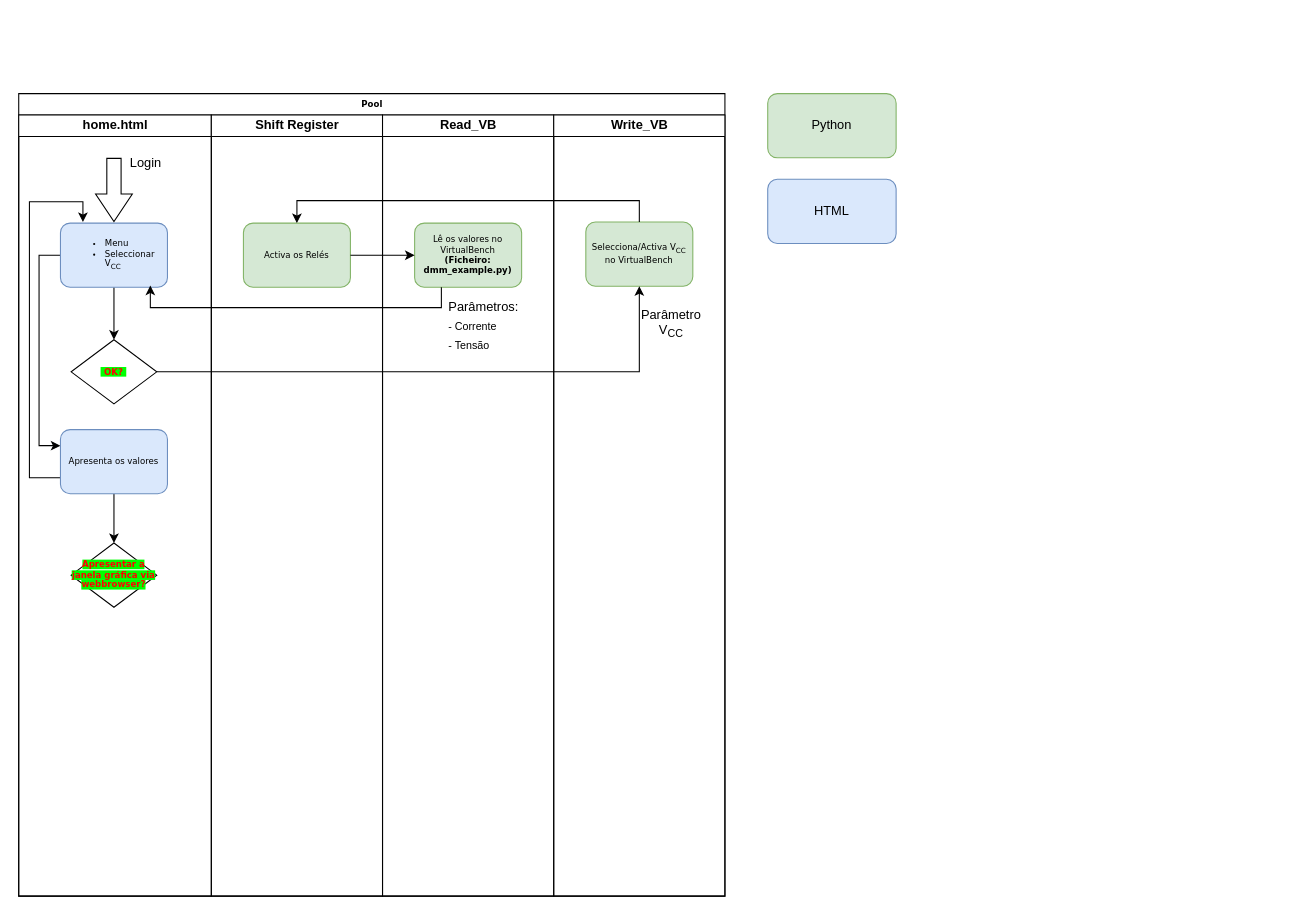
Earlier version of the draw.io diagram diagramas/Diagrama_RENOMEAR.drawio (eddygrinder/Unnamed-Thesis_PCCode). Source tidied: cells renumbered, new cells numbered last; positions are measured from the earlier drawing's top-left corner, leaving out a move shared by most shapes. Both pictures are drawn from the tidied source at 107%, with x=0, y=0 at pixel (18, 93).
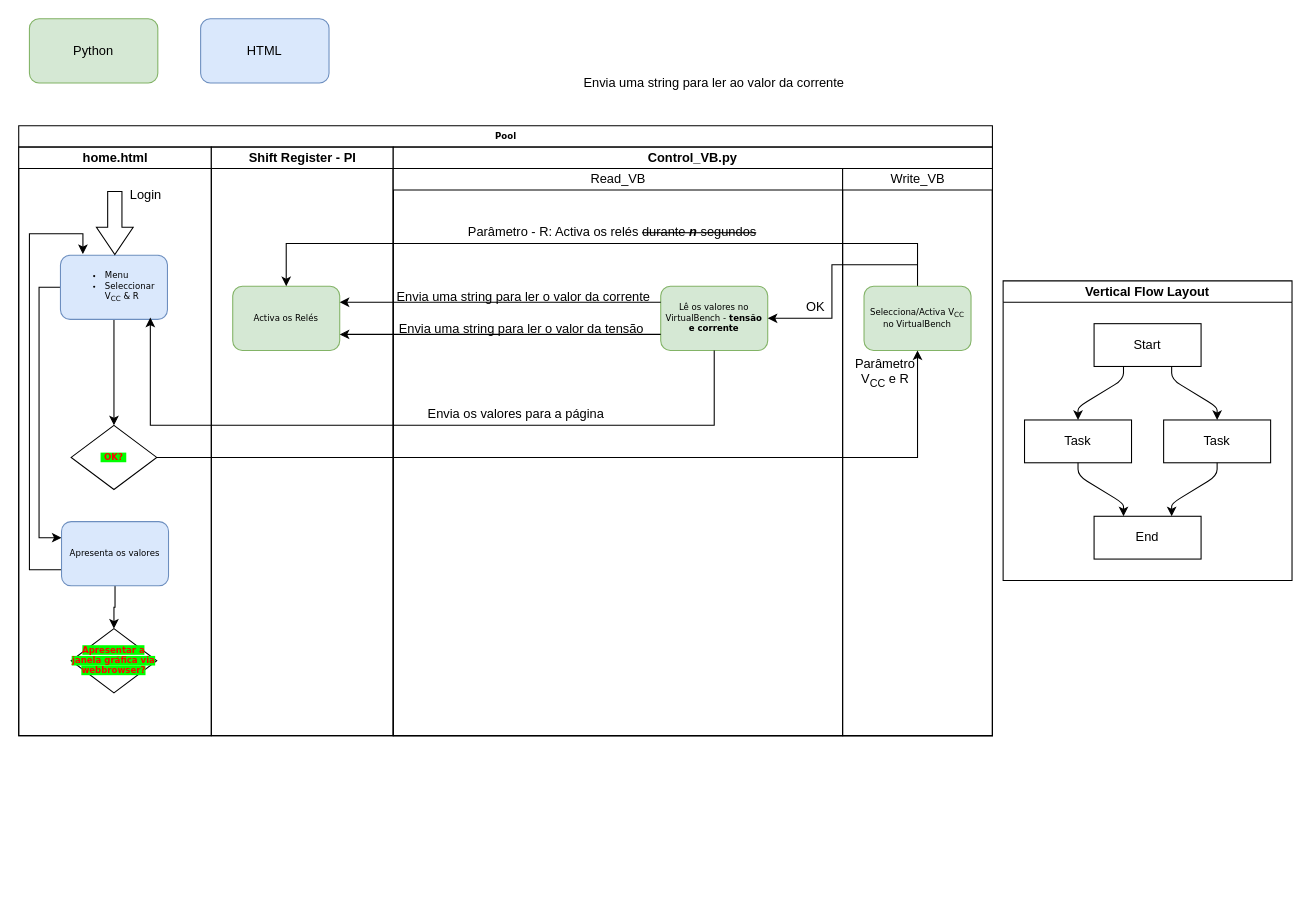
The same diagram, later.

The edit, as a diff of the source:
```diff
@@
     <mxCell id="2" value="Pool" style="swimlane;html=1;startSize=20;rounded=0;shadow=0;labelBackgroundColor=none;strokeWidth=1;fontFamily=Verdana;fontSize=8;align=center;glass=0;" parent="1" vertex="1">
-      <mxGeometry width="660" height="750" as="geometry" />
+      <mxGeometry y="30" width="910" height="570" as="geometry" />
     </mxCell>
     <mxCell id="3" value="home.html" style="swimlane;html=1;startSize=20;" parent="2" vertex="1">
-      <mxGeometry y="20" width="180" height="730" as="geometry" />
+      <mxGeometry y="20" width="180" height="550" as="geometry" />
     </mxCell>
@@
-    <mxCell id="6" value="&lt;div align=&quot;left&quot;&gt;&lt;ul&gt;&lt;li&gt;Menu&lt;/li&gt;&lt;li&gt;Seleccionar V&lt;sub&gt;CC&lt;/sub&gt;&lt;/li&gt;&lt;/ul&gt;&lt;/div&gt;" style="rounded=1;whiteSpace=wrap;html=1;shadow=0;labelBackgroundColor=none;strokeWidth=1;fontFamily=Verdana;fontSize=8;align=left;fillColor=#dae8fc;strokeColor=#6c8ebf;" parent="3" vertex="1">
+    <mxCell id="6" value="&lt;div align=&quot;left&quot;&gt;&lt;ul&gt;&lt;li&gt;Menu&lt;/li&gt;&lt;li&gt;Seleccionar V&lt;sub&gt;CC&lt;/sub&gt;&amp;nbsp;&amp;amp; R&lt;/li&gt;&lt;/ul&gt;&lt;/div&gt;" style="rounded=1;whiteSpace=wrap;html=1;shadow=0;labelBackgroundColor=none;strokeWidth=1;fontFamily=Verdana;fontSize=8;align=left;fillColor=#dae8fc;strokeColor=#6c8ebf;" parent="3" vertex="1">
       <mxGeometry x="39" y="101" width="100" height="60" as="geometry" />
     </mxCell>
     <mxCell id="7" value="&lt;font color=&quot;#ff0000&quot;&gt;&lt;span style=&quot;background-color: rgb(0, 255, 0);&quot;&gt;&lt;b&gt;&amp;nbsp;OK?&amp;nbsp; &lt;br&gt;&lt;/b&gt;&lt;/span&gt;&lt;/font&gt;" style="rhombus;whiteSpace=wrap;html=1;rounded=0;shadow=0;labelBackgroundColor=none;strokeWidth=1;fontFamily=Verdana;fontSize=8;align=center;" parent="3" vertex="1">
-      <mxGeometry x="49" y="210" width="80" height="60" as="geometry" />
+      <mxGeometry x="49" y="260" width="80" height="60" as="geometry" />
     </mxCell>
@@
     <mxCell id="9" style="edgeStyle=orthogonalEdgeStyle;rounded=0;jettySize=auto;html=1;exitX=0;exitY=0.75;exitDx=0;exitDy=0;" parent="3" edge="1" source="11">
       <mxGeometry relative="1" as="geometry">
         <mxPoint x="60" y="100" as="targetPoint" />
         <Array as="points">
-          <mxPoint x="10" y="339" />
+          <mxPoint x="10" y="395" />
           <mxPoint x="10" y="81" />
           <mxPoint x="60" y="81" />
         </Array>
       </mxGeometry>
     </mxCell>
@@
     <mxCell id="11" value="Apresenta os valores" style="rounded=1;whiteSpace=wrap;html=1;shadow=0;labelBackgroundColor=none;strokeWidth=1;fontFamily=Verdana;fontSize=8;align=center;fillColor=#dae8fc;strokeColor=#6c8ebf;" parent="3" vertex="1">
-      <mxGeometry x="39" y="294" width="100" height="60" as="geometry" />
+      <mxGeometry x="40" y="350" width="100" height="60" as="geometry" />
     </mxCell>
     <mxCell id="12" value="&lt;font color=&quot;#ff0000&quot;&gt;&lt;span style=&quot;background-color: rgb(0, 255, 0);&quot;&gt;&lt;b&gt;Apresentar a janela gráfica via webbrowser?&lt;br&gt;&lt;/b&gt;&lt;/span&gt;&lt;/font&gt;" style="rhombus;whiteSpace=wrap;html=1;rounded=0;shadow=0;labelBackgroundColor=none;strokeWidth=1;fontFamily=Verdana;fontSize=8;align=center;" parent="3" vertex="1">
-      <mxGeometry x="49" y="400" width="80" height="60" as="geometry" />
+      <mxGeometry x="49" y="450" width="80" height="60" as="geometry" />
     </mxCell>
+    <mxCell id="26" style="shape=flexArrow;endArrow=classic;html=1;rounded=0;width=13.333333333333334;endSize=8.22;" parent="3" edge="1">
+      <mxGeometry relative="1" as="geometry">
+        <mxPoint x="89.8" y="41" as="sourcePoint" />
+        <mxPoint x="89.8" y="101" as="targetPoint" />
+      </mxGeometry>
+    </mxCell>
@@
-    <mxCell id="14" value="Shift Register" style="swimlane;html=1;startSize=20;" parent="2" vertex="1">
-      <mxGeometry x="180" y="20" width="160" height="730" as="geometry" />
+    <mxCell id="14" value="Shift Register - PI" style="swimlane;html=1;startSize=20;" parent="2" vertex="1">
+      <mxGeometry x="180" y="20" width="170" height="550" as="geometry" />
     </mxCell>
     <mxCell id="15" value="Activa os Relés" style="rounded=1;whiteSpace=wrap;html=1;shadow=0;labelBackgroundColor=none;strokeWidth=1;fontFamily=Verdana;fontSize=8;align=center;fillColor=#d5e8d4;strokeColor=#82b366;" parent="14" vertex="1">
-      <mxGeometry x="30" y="101" width="100" height="60" as="geometry" />
+      <mxGeometry x="20" y="130" width="100" height="60" as="geometry" />
     </mxCell>
+    <mxCell id="29" style="edgeStyle=orthogonalEdgeStyle;rounded=0;orthogonalLoop=1;jettySize=auto;html=1;exitX=0.5;exitY=1;exitDx=0;exitDy=0;" parent="2" edge="1" source="30" target="30">
+      <mxGeometry relative="1" as="geometry" />
+    </mxCell>
+    <mxCell id="30" value="Control_VB.py" style="swimlane;whiteSpace=wrap;html=1;startSize=20;" parent="2" vertex="1">
+      <mxGeometry x="350" y="20" width="560" height="550" as="geometry" />
+    </mxCell>
-    <mxCell id="16" value="Read_VB" style="swimlane;html=1;startSize=20;" parent="2" vertex="1">
-      <mxGeometry x="340" y="20" width="160" height="730" as="geometry" />
+    <mxCell id="16" value="&lt;span style=&quot;font-weight: normal;&quot;&gt;Read_VB&lt;/span&gt;" style="swimlane;html=1;startSize=20;" parent="30" vertex="1">
+      <mxGeometry y="20" width="420" height="530" as="geometry" />
     </mxCell>
-    <mxCell id="17" value="&lt;div&gt;Lê os valores no VirtualBench&lt;/div&gt;&lt;div&gt;&lt;b&gt;(Ficheiro: dmm_example.py)&lt;/b&gt;&lt;br&gt;&lt;/div&gt;" style="rounded=1;whiteSpace=wrap;html=1;shadow=0;labelBackgroundColor=none;strokeWidth=1;fontFamily=Verdana;fontSize=8;align=center;fillColor=#d5e8d4;strokeColor=#82b366;" parent="16" vertex="1">
-      <mxGeometry x="30" y="101" width="100" height="60" as="geometry" />
+    <mxCell id="17" value="&lt;div&gt;Lê os valores no VirtualBench -&lt;b&gt; tensão e corrente&lt;/b&gt;&lt;/div&gt;" style="rounded=1;whiteSpace=wrap;html=1;shadow=0;labelBackgroundColor=none;strokeWidth=1;fontFamily=Verdana;fontSize=8;align=center;fillColor=#d5e8d4;strokeColor=#82b366;" parent="16" vertex="1">
+      <mxGeometry x="250" y="110" width="100" height="60" as="geometry" />
     </mxCell>
-    <mxCell id="18" value="Parâmetros:&lt;br&gt;&lt;div&gt;&lt;sub&gt;- Corrente&lt;/sub&gt;&lt;sub&gt;&lt;br&gt;&lt;/sub&gt;&lt;/div&gt;&lt;div&gt;&lt;sub&gt;- Tensão&lt;/sub&gt;&lt;/div&gt;&lt;br&gt;" style="text;html=1;strokeColor=none;fillColor=none;align=left;verticalAlign=middle;whiteSpace=wrap;rounded=0;" parent="16" vertex="1">
-      <mxGeometry x="60" y="189" width="60" height="30" as="geometry" />
-    </mxCell>
-    <mxCell id="19" value="Write_VB" style="swimlane;html=1;startSize=20;" parent="2" vertex="1">
-      <mxGeometry x="500" y="20" width="160" height="730" as="geometry" />
-    </mxCell>
-    <mxCell id="20" value="Selecciona/Activa V&lt;sub&gt;CC&lt;/sub&gt; no VirtualBench" style="rounded=1;whiteSpace=wrap;html=1;shadow=0;labelBackgroundColor=none;strokeWidth=1;fontFamily=Verdana;fontSize=8;align=center;fillColor=#d5e8d4;strokeColor=#82b366;glass=0;" parent="19" vertex="1">
-      <mxGeometry x="30" y="100" width="100" height="60" as="geometry" />
-    </mxCell>
-    <mxCell id="21" value="&lt;div&gt;Parâmetro&lt;br&gt;&lt;/div&gt;&lt;div&gt;V&lt;sub&gt;CC&lt;/sub&gt;&lt;/div&gt;" style="text;html=1;strokeColor=none;fillColor=none;align=center;verticalAlign=middle;whiteSpace=wrap;rounded=0;" parent="19" vertex="1">
-      <mxGeometry x="80" y="180" width="60" height="30" as="geometry" />
-    </mxCell>
-    <mxCell id="22" style="edgeStyle=orthogonalEdgeStyle;rounded=0;jettySize=auto;html=1;exitX=1;exitY=0.5;exitDx=0;exitDy=0;entryX=0.5;entryY=1;entryDx=0;entryDy=0;" parent="2" edge="1" source="7" target="20">
-      <mxGeometry relative="1" as="geometry" />
-    </mxCell>
+    <mxCell id="31" value="&lt;div&gt;Parâmetro -&amp;nbsp;&lt;span style=&quot;background-color: initial;&quot;&gt;R: Activa os relés &lt;strike&gt;durante &lt;b&gt;&lt;i&gt;n&lt;/i&gt;&lt;/b&gt; segundos&lt;/strike&gt;&lt;/span&gt;&lt;/div&gt;" style="text;html=1;strokeColor=none;fillColor=none;align=center;verticalAlign=middle;whiteSpace=wrap;rounded=0;" parent="16" vertex="1">
+      <mxGeometry x="60" y="50" width="290" height="20" as="geometry" />
+    </mxCell>
+    <mxCell id="32" value="&lt;div&gt;Envia os valores para a página&lt;/div&gt;" style="text;html=1;strokeColor=none;fillColor=none;align=center;verticalAlign=middle;whiteSpace=wrap;rounded=0;" parent="16" vertex="1">
+      <mxGeometry x="30" y="220" width="170" height="20" as="geometry" />
+    </mxCell>
+    <mxCell id="33" value="&lt;div&gt;Envia uma string para ler o valor da tensão&lt;/div&gt;" style="text;html=1;strokeColor=none;fillColor=none;align=center;verticalAlign=middle;whiteSpace=wrap;rounded=0;" parent="16" vertex="1">
+      <mxGeometry y="140" width="240" height="20" as="geometry" />
+    </mxCell>
+    <mxCell id="34" value="&lt;div&gt;OK&lt;/div&gt;" style="text;html=1;strokeColor=none;fillColor=none;align=center;verticalAlign=middle;whiteSpace=wrap;rounded=0;" parent="16" vertex="1">
+      <mxGeometry x="380" y="120" width="30" height="20" as="geometry" />
+    </mxCell>
+    <mxCell id="35" value="&lt;div&gt;Envia uma string para ler o valor da corrente&lt;/div&gt;" style="text;html=1;strokeColor=none;fillColor=none;align=center;verticalAlign=middle;whiteSpace=wrap;rounded=0;" parent="16" vertex="1">
+      <mxGeometry x="2" y="110" width="240" height="20" as="geometry" />
+    </mxCell>
+    <mxCell id="25" style="edgeStyle=orthogonalEdgeStyle;rounded=0;jettySize=auto;html=1;entryX=0.84;entryY=0.972;entryDx=0;entryDy=0;entryPerimeter=0;exitX=0.5;exitY=1;exitDx=0;exitDy=0;" parent="2" edge="1" source="17" target="6">
+      <mxGeometry relative="1" as="geometry">
+        <Array as="points">
+          <mxPoint x="650" y="280" />
+          <mxPoint x="123" y="280" />
+        </Array>
+      </mxGeometry>
+    </mxCell>
+    <mxCell id="36" style="edgeStyle=orthogonalEdgeStyle;rounded=0;jettySize=auto;html=1;entryX=0.5;entryY=0;entryDx=0;entryDy=0;" parent="2" edge="1" target="15">
+      <mxGeometry relative="1" as="geometry">
+        <mxPoint x="840" y="150" as="sourcePoint" />
+        <Array as="points">
+          <mxPoint x="840" y="110" />
+          <mxPoint x="250" y="110" />
+        </Array>
+      </mxGeometry>
+    </mxCell>
+    <mxCell id="37" style="edgeStyle=orthogonalEdgeStyle;rounded=0;jettySize=auto;html=1;exitX=0;exitY=0.75;exitDx=0;exitDy=0;entryX=1;entryY=0.75;entryDx=0;entryDy=0;" parent="2" edge="1" source="17" target="15">
+      <mxGeometry relative="1" as="geometry" />
+    </mxCell>
-    <mxCell id="23" style="edgeStyle=orthogonalEdgeStyle;rounded=0;jettySize=auto;html=1;exitX=0.5;exitY=0;exitDx=0;exitDy=0;entryX=0.5;entryY=0;entryDx=0;entryDy=0;" parent="2" edge="1" source="20" target="15">
-      <mxGeometry relative="1" as="geometry" />
+    <mxCell id="23" style="edgeStyle=orthogonalEdgeStyle;rounded=0;jettySize=auto;html=1;entryX=1;entryY=0.25;entryDx=0;entryDy=0;exitX=0;exitY=0.25;exitDx=0;exitDy=0;" parent="2" edge="1" source="17" target="15">
+      <mxGeometry relative="1" as="geometry">
+        <Array as="points">
+          <mxPoint x="590" y="165" />
+          <mxPoint x="590" y="165" />
+        </Array>
+      </mxGeometry>
     </mxCell>
-    <mxCell id="24" style="edgeStyle=orthogonalEdgeStyle;rounded=0;jettySize=auto;html=1;" parent="2" edge="1" source="15" target="17">
-      <mxGeometry relative="1" as="geometry" />
-    </mxCell>
-    <mxCell id="25" style="edgeStyle=orthogonalEdgeStyle;rounded=0;jettySize=auto;html=1;exitX=0.25;exitY=1;exitDx=0;exitDy=0;entryX=0.84;entryY=0.972;entryDx=0;entryDy=0;entryPerimeter=0;" parent="2" edge="1" source="17" target="6">
-      <mxGeometry relative="1" as="geometry">
-        <Array as="points">
-          <mxPoint x="375" y="200" />
-          <mxPoint x="104" y="200" />
-        </Array>
-      </mxGeometry>
-    </mxCell>
-    <mxCell id="26" style="shape=flexArrow;endArrow=classic;html=1;rounded=0;width=13.333333333333334;endSize=8.22;" parent="1" edge="1">
-      <mxGeometry relative="1" as="geometry">
-        <mxPoint x="89" y="60" as="sourcePoint" />
-        <mxPoint x="89" y="120" as="targetPoint" />
-      </mxGeometry>
-    </mxCell>
     <mxCell id="27" value="Python" style="rounded=1;whiteSpace=wrap;html=1;fillColor=#d5e8d4;strokeColor=#82b366;" parent="1" vertex="1">
-      <mxGeometry x="700" width="120" height="60" as="geometry" />
+      <mxGeometry x="10" y="-70" width="120" height="60" as="geometry" />
     </mxCell>
     <mxCell id="28" value="HTML" style="rounded=1;whiteSpace=wrap;html=1;fillColor=#dae8fc;strokeColor=#6c8ebf;shadow=0;" parent="1" vertex="1">
-      <mxGeometry x="700" y="80" width="120" height="60" as="geometry" />
+      <mxGeometry x="170" y="-70" width="120" height="60" as="geometry" />
     </mxCell>
+    <mxCell id="38" style="edgeStyle=orthogonalEdgeStyle;rounded=0;jettySize=auto;html=1;entryX=1;entryY=0.5;entryDx=0;entryDy=0;" parent="1" edge="1" target="17">
+      <mxGeometry relative="1" as="geometry">
+        <mxPoint x="840" y="160" as="sourcePoint" />
+        <Array as="points">
+          <mxPoint x="760" y="160" />
+          <mxPoint x="760" y="210" />
+        </Array>
+      </mxGeometry>
+    </mxCell>
+    <mxCell id="20" value="Selecciona/Activa V&lt;sub&gt;CC&lt;/sub&gt; no VirtualBench" style="rounded=1;whiteSpace=wrap;html=1;shadow=0;labelBackgroundColor=none;strokeWidth=1;fontFamily=Verdana;fontSize=8;align=center;fillColor=#d5e8d4;strokeColor=#82b366;glass=0;" parent="1" vertex="1">
+      <mxGeometry x="790" y="180" width="100" height="60" as="geometry" />
+    </mxCell>
+    <mxCell id="22" style="edgeStyle=orthogonalEdgeStyle;rounded=0;jettySize=auto;html=1;exitX=1;exitY=0.5;exitDx=0;exitDy=0;entryX=0.5;entryY=1;entryDx=0;entryDy=0;" parent="1" edge="1" source="7" target="20">
+      <mxGeometry relative="1" as="geometry" />
+    </mxCell>
+    <mxCell id="19" value="&lt;span style=&quot;font-weight: normal;&quot;&gt;Write_VB&lt;/span&gt;" style="swimlane;html=1;startSize=20;" parent="1" vertex="1">
+      <mxGeometry x="770" y="70" width="140" height="530" as="geometry" />
+    </mxCell>
+    <mxCell id="21" value="&lt;div&gt;Parâmetro&lt;br&gt;&lt;/div&gt;&lt;div&gt;V&lt;sub&gt;CC&lt;/sub&gt; e&amp;nbsp;R&lt;/div&gt;" style="text;html=1;strokeColor=none;fillColor=none;align=center;verticalAlign=middle;whiteSpace=wrap;rounded=0;" parent="19" vertex="1">
+      <mxGeometry x="10" y="176" width="60" height="30" as="geometry" />
+    </mxCell>
+    <mxCell id="39" value="&lt;div&gt;Envia uma string para ler ao valor da corrente&lt;/div&gt;" style="text;html=1;strokeColor=none;fillColor=none;align=center;verticalAlign=middle;whiteSpace=wrap;rounded=0;" parent="1" vertex="1">
+      <mxGeometry x="525" y="-20" width="250" height="20" as="geometry" />
+    </mxCell>
+    <mxCell id="40" value="Vertical Flow Layout" style="swimlane;startSize=20;horizontal=1;flowOrientation=north;interRankCellSpacing=50;containerType=tree;fontSize=12;" parent="1" vertex="1">
+      <mxGeometry x="920" y="175" width="270" height="280" as="geometry" />
+    </mxCell>
+    <mxCell id="41" value="Start" style="whiteSpace=wrap;html=1;" parent="40" vertex="1">
+      <mxGeometry x="85" y="40" width="100" height="40" as="geometry" />
+    </mxCell>
+    <mxCell id="42" value="Task" style="whiteSpace=wrap;html=1;" parent="40" vertex="1">
+      <mxGeometry x="20" y="130" width="100" height="40" as="geometry" />
+    </mxCell>
+    <mxCell id="43" style="html=1;rounded=1;curved=0;sourcePerimeterSpacing=0;targetPerimeterSpacing=0;startSize=6;endSize=6;noEdgeStyle=1;orthogonal=1;" parent="40" edge="1" source="41" target="42">
+      <mxGeometry relative="1" as="geometry">
+        <Array as="points">
+          <mxPoint x="112.5" y="92" />
+          <mxPoint x="70" y="118" />
+        </Array>
+      </mxGeometry>
+    </mxCell>
+    <mxCell id="44" value="Task" style="whiteSpace=wrap;html=1;" parent="40" vertex="1">
+      <mxGeometry x="150" y="130" width="100" height="40" as="geometry" />
+    </mxCell>
+    <mxCell id="45" style="html=1;rounded=1;curved=0;sourcePerimeterSpacing=0;targetPerimeterSpacing=0;startSize=6;endSize=6;noEdgeStyle=1;orthogonal=1;" parent="40" edge="1" source="41" target="44">
+      <mxGeometry relative="1" as="geometry">
+        <Array as="points">
+          <mxPoint x="157.5" y="92" />
+          <mxPoint x="200" y="118" />
+        </Array>
+      </mxGeometry>
+    </mxCell>
+    <mxCell id="46" value="End" style="whiteSpace=wrap;html=1;" parent="40" vertex="1">
+      <mxGeometry x="85" y="220" width="100" height="40" as="geometry" />
+    </mxCell>
+    <mxCell id="47" style="html=1;rounded=1;curved=0;sourcePerimeterSpacing=0;targetPerimeterSpacing=0;startSize=6;endSize=6;noEdgeStyle=1;orthogonal=1;" parent="40" edge="1" source="42" target="46">
+      <mxGeometry relative="1" as="geometry">
+        <Array as="points">
+          <mxPoint x="70" y="182" />
+          <mxPoint x="112.5" y="208" />
+        </Array>
+      </mxGeometry>
+    </mxCell>
+    <mxCell id="48" style="html=1;rounded=1;curved=0;sourcePerimeterSpacing=0;targetPerimeterSpacing=0;startSize=6;endSize=6;noEdgeStyle=1;orthogonal=1;" parent="40" edge="1" source="44" target="46">
+      <mxGeometry relative="1" as="geometry">
+        <Array as="points">
+          <mxPoint x="200" y="182" />
+          <mxPoint x="157.5" y="208" />
+        </Array>
+      </mxGeometry>
+    </mxCell>
```
